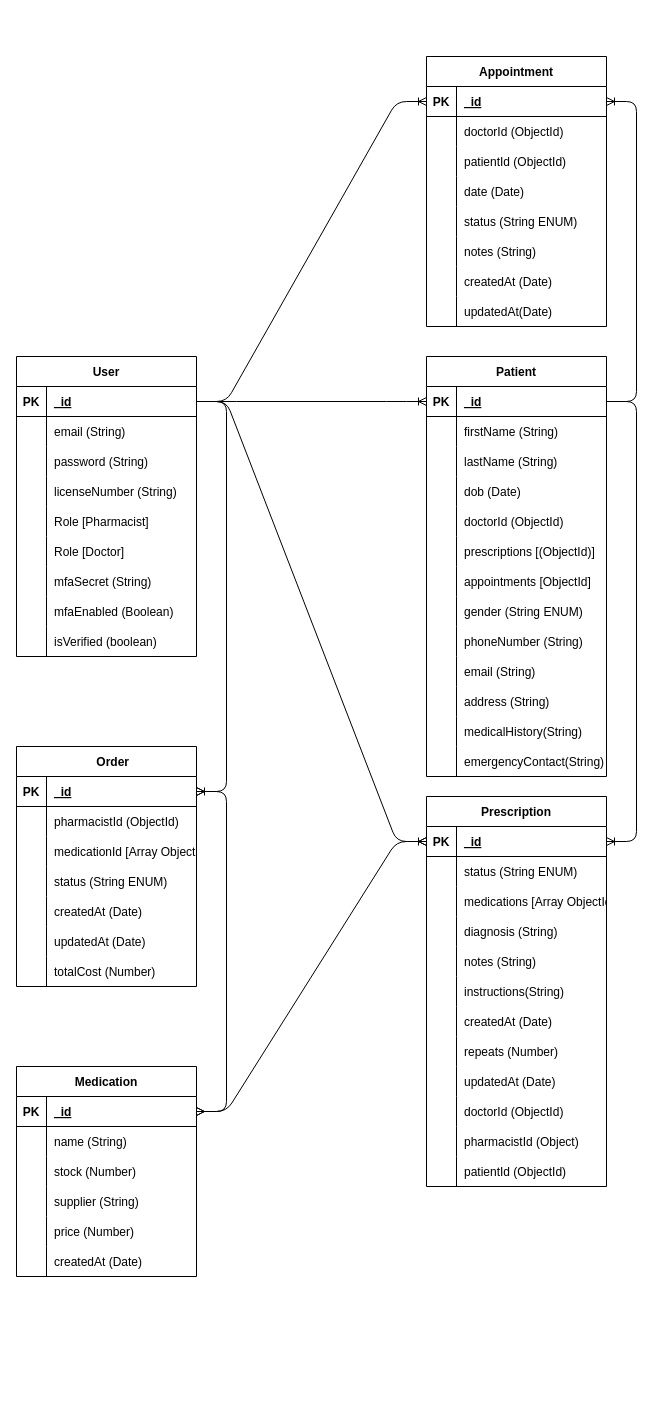
Liam-Ronan-dev/Major-Project-Backend keeps this draw.io diagram as docs/MedicalERD.drawio. Above is the earlier version. Source tidied: cells renumbered, new cells numbered last; positions are measured from the earlier drawing's top-left corner, leaving out a move shared by most shapes. Both pictures are drawn from the tidied source at 100%, with x=0, y=0 at pixel (-114, 56).
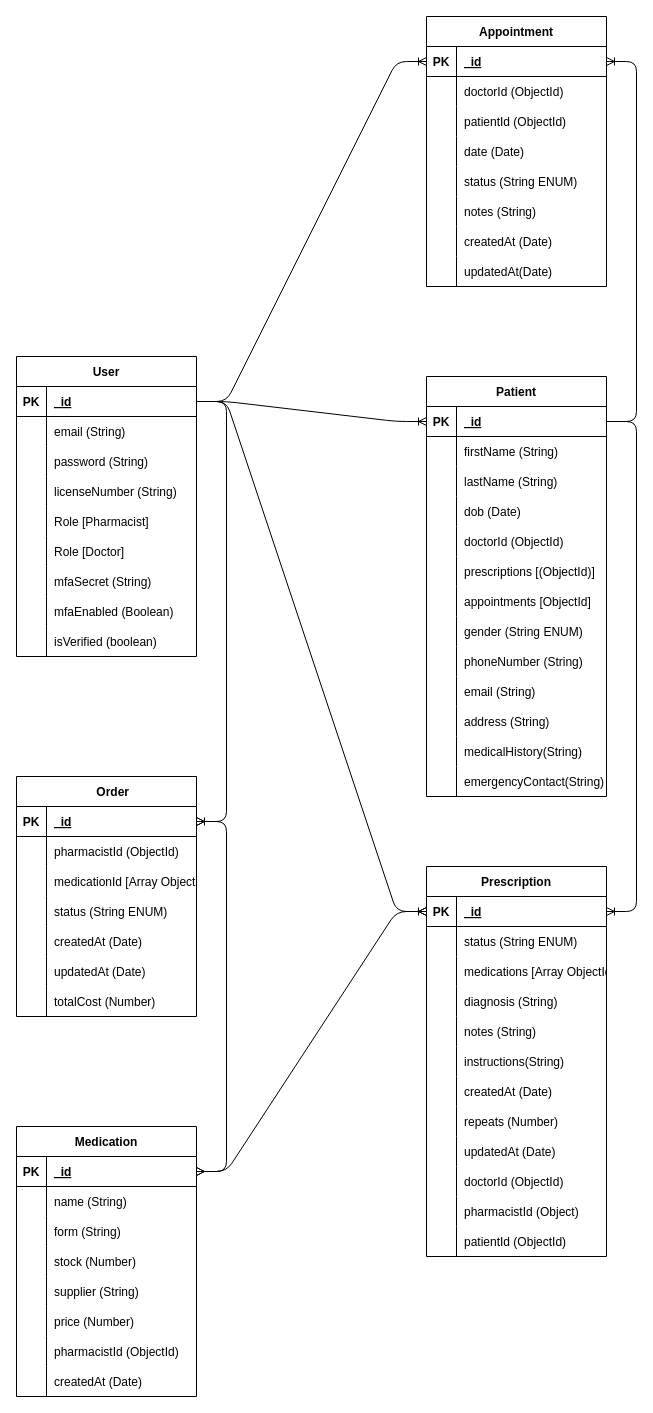
Above is the later version.

Change to the diagram source:
```diff
@@
     <mxCell id="30" value="Patient" style="shape=table;startSize=30;childLayout=tableLayout;rowLines=0;fontStyle=1;align=center;" parent="1" vertex="1">
-      <mxGeometry x="540" y="300" width="180" height="420" as="geometry" />
+      <mxGeometry x="540" y="320" width="180" height="420" as="geometry" />
     </mxCell>
@@
     <mxCell id="70" value="Prescription" style="shape=table;startSize=30;childLayout=tableLayout;rowLines=0;fontStyle=1;align=center;" parent="1" vertex="1">
-      <mxGeometry x="540" y="740" width="180" height="390" as="geometry" />
+      <mxGeometry x="540" y="810" width="180" height="390" as="geometry" />
     </mxCell>
@@
     <mxCell id="107" value="    Order" style="shape=table;startSize=30;childLayout=tableLayout;rowLines=0;fontStyle=1;align=center;" parent="1" vertex="1">
-      <mxGeometry x="130" y="690" width="180" height="240" as="geometry" />
+      <mxGeometry x="130" y="720" width="180" height="240" as="geometry" />
     </mxCell>
@@
     <mxCell id="129" value="Medication" style="shape=table;startSize=30;childLayout=tableLayout;rowLines=0;fontStyle=1;align=center;" parent="1" vertex="1">
-      <mxGeometry x="130" y="1010" width="180" height="210" as="geometry" />
+      <mxGeometry x="130" y="1070" width="180" height="270" as="geometry" />
     </mxCell>
@@
+    <mxCell id="181" style="shape=tableRow;horizontal=0;startSize=0;swimlaneHead=0;swimlaneBody=0;fillColor=none;top=0;left=0;right=0;bottom=0;" parent="129" vertex="1">
+      <mxGeometry y="90" width="180" height="30" as="geometry" />
+    </mxCell>
+    <mxCell id="182" style="shape=partialRectangle;fillColor=none;top=0;left=0;bottom=0;right=0;overflow=hidden;" parent="181" vertex="1">
+      <mxGeometry width="30" height="30" as="geometry" />
+    </mxCell>
+    <mxCell id="183" value="form (String)" style="shape=partialRectangle;fillColor=none;top=0;left=0;bottom=0;right=0;align=left;spacingLeft=6;overflow=hidden;" parent="181" vertex="1">
+      <mxGeometry x="30" width="150" height="30" as="geometry" />
+    </mxCell>
     <mxCell id="136" style="shape=tableRow;horizontal=0;startSize=0;swimlaneHead=0;swimlaneBody=0;fillColor=none;top=0;left=0;right=0;bottom=0;" parent="129" vertex="1">
-      <mxGeometry y="90" width="180" height="30" as="geometry" />
+      <mxGeometry y="120" width="180" height="30" as="geometry" />
     </mxCell>
@@
     <mxCell id="139" style="shape=tableRow;horizontal=0;startSize=0;swimlaneHead=0;swimlaneBody=0;fillColor=none;top=0;left=0;right=0;bottom=0;" parent="129" vertex="1">
-      <mxGeometry y="120" width="180" height="30" as="geometry" />
+      <mxGeometry y="150" width="180" height="30" as="geometry" />
     </mxCell>
@@
     <mxCell id="142" style="shape=tableRow;horizontal=0;startSize=0;swimlaneHead=0;swimlaneBody=0;fillColor=none;top=0;left=0;right=0;bottom=0;" parent="129" vertex="1">
-      <mxGeometry y="150" width="180" height="30" as="geometry" />
+      <mxGeometry y="180" width="180" height="30" as="geometry" />
     </mxCell>
@@
+    <mxCell id="184" style="shape=tableRow;horizontal=0;startSize=0;swimlaneHead=0;swimlaneBody=0;fillColor=none;top=0;left=0;right=0;bottom=0;" parent="129" vertex="1">
+      <mxGeometry y="210" width="180" height="30" as="geometry" />
+    </mxCell>
+    <mxCell id="185" style="shape=partialRectangle;fillColor=none;top=0;left=0;bottom=0;right=0;overflow=hidden;" parent="184" vertex="1">
+      <mxGeometry width="30" height="30" as="geometry" />
+    </mxCell>
+    <mxCell id="186" value="pharmacistId (ObjectId)" style="shape=partialRectangle;fillColor=none;top=0;left=0;bottom=0;right=0;align=left;spacingLeft=6;overflow=hidden;" parent="184" vertex="1">
+      <mxGeometry x="30" width="150" height="30" as="geometry" />
+    </mxCell>
     <mxCell id="145" style="shape=tableRow;horizontal=0;startSize=0;swimlaneHead=0;swimlaneBody=0;fillColor=none;top=0;left=0;right=0;bottom=0;" parent="129" vertex="1">
-      <mxGeometry y="180" width="180" height="30" as="geometry" />
+      <mxGeometry y="240" width="180" height="30" as="geometry" />
     </mxCell>
@@
     <mxCell id="149" value="Appointment" style="shape=table;startSize=30;childLayout=tableLayout;rowLines=0;fontStyle=1;align=center;" parent="1" vertex="1">
-      <mxGeometry x="540" width="180" height="270" as="geometry" />
+      <mxGeometry x="540" y="-40" width="180" height="270" as="geometry" />
     </mxCell>
```
